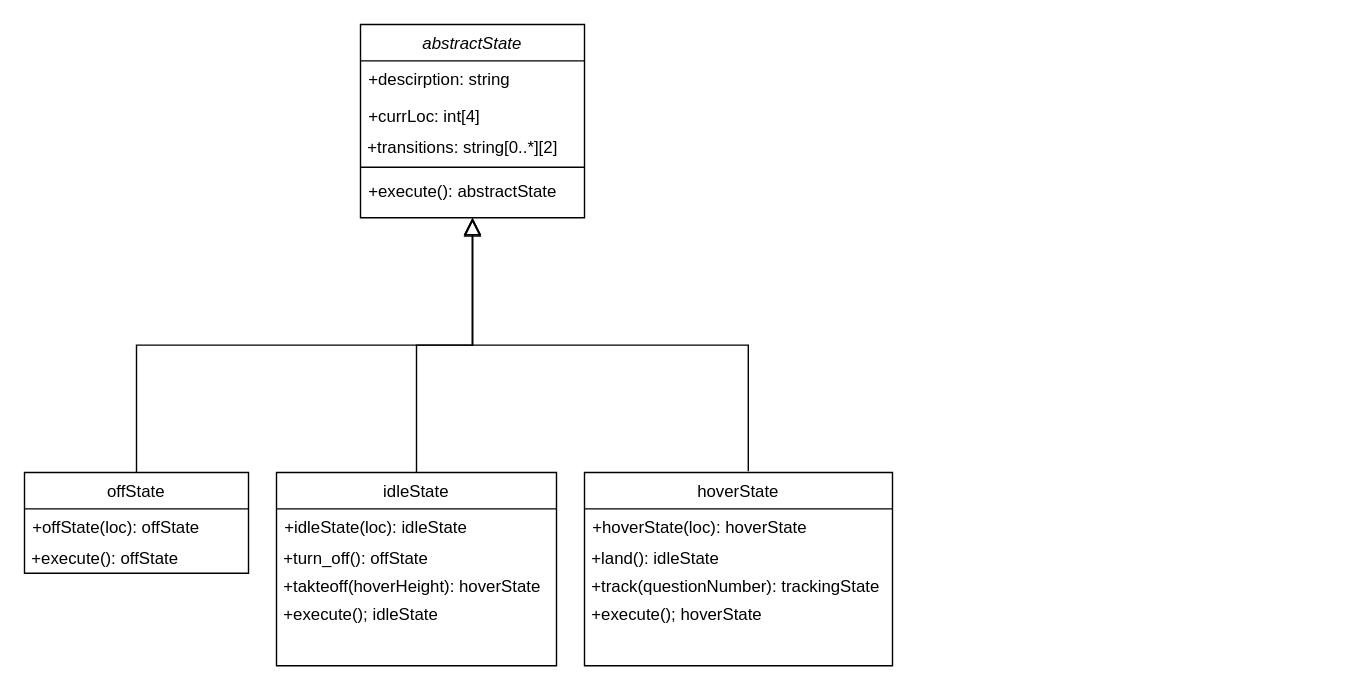
danbronzy/quadcopter_controller keeps this draw.io diagram as state_classes.drawio. Above is the earlier version. Source tidied: cells renumbered, new cells numbered last; positions are measured from the earlier drawing's top-left corner, leaving out a move shared by most shapes. Both pictures are drawn from the tidied source at 140%, with x=0, y=0 at pixel (24, 24).
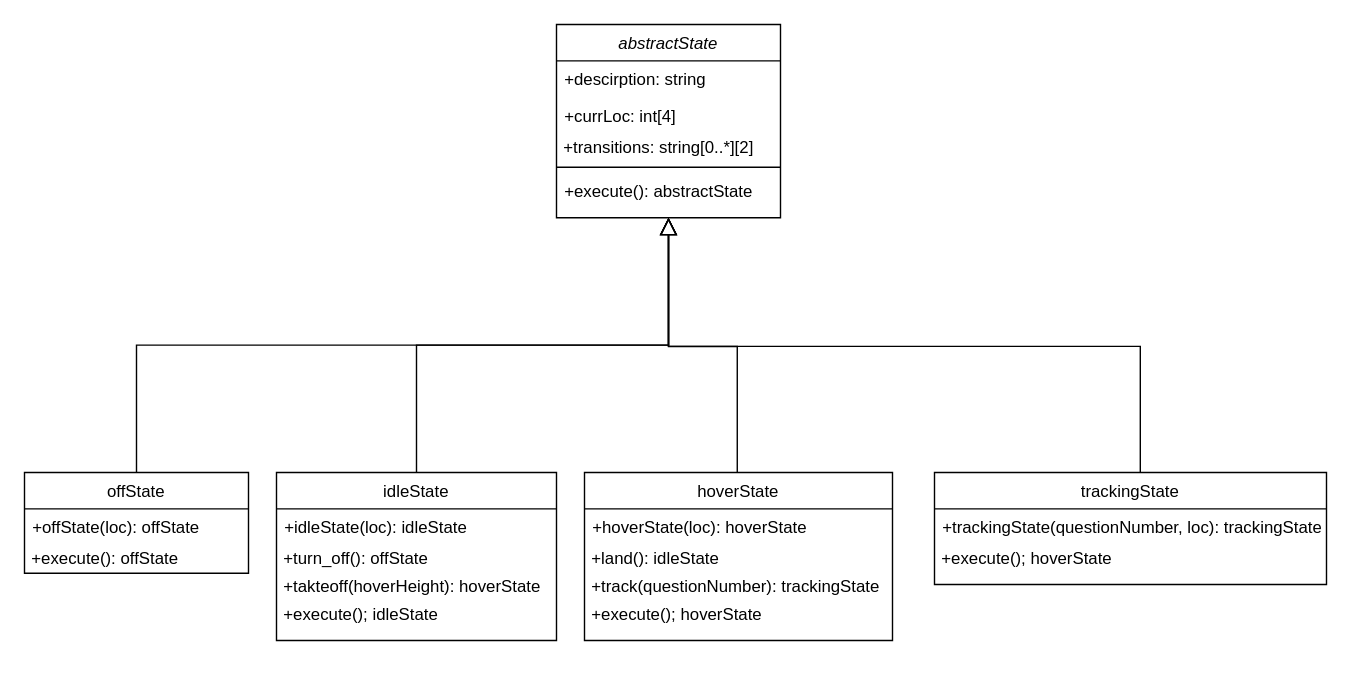
The same page after the edit.

Diff of the diagram source:
```diff
@@
     <mxCell id="2" value="abstractState" style="swimlane;fontStyle=2;align=center;verticalAlign=top;horizontal=1;startSize=26;rounded=0;shadow=0;strokeWidth=1;" parent="1" vertex="1">
-      <mxGeometry x="240" width="160" height="138" as="geometry" />
+      <mxGeometry x="380" width="160" height="138" as="geometry" />
     </mxCell>
@@
     <mxCell id="8" value="idleState" style="swimlane;fontStyle=0;align=center;verticalAlign=top;horizontal=1;startSize=26;rounded=0;shadow=0;strokeWidth=1;" parent="1" vertex="1">
-      <mxGeometry x="180" y="320" width="200" height="138" as="geometry" />
+      <mxGeometry x="180" y="320" width="200" height="120" as="geometry" />
     </mxCell>
@@
     <mxCell id="18" value="hoverState" style="swimlane;fontStyle=0;align=center;verticalAlign=top;horizontal=1;startSize=26;rounded=0;shadow=0;strokeWidth=1;" parent="1" vertex="1">
-      <mxGeometry x="400" y="320" width="220" height="138" as="geometry" />
+      <mxGeometry x="400" y="320" width="220" height="120" as="geometry" />
     </mxCell>
@@
-    <mxCell id="23" style="endArrow=block;endSize=10;endFill=0;shadow=0;strokeWidth=1;rounded=0;edgeStyle=elbowEdgeStyle;elbow=vertical;exitX=0.532;exitY=-0.014;exitDx=0;exitDy=0;exitPerimeter=0;" parent="1" edge="1">
-      <mxGeometry relative="1" as="geometry">
-        <mxPoint x="517" y="319.1" as="sourcePoint" />
-        <mxPoint x="320" y="139" as="targetPoint" />
-        <Array as="points">
-          <mxPoint x="320" y="229" />
-          <mxPoint x="400" y="229" />
-        </Array>
-      </mxGeometry>
-    </mxCell>
+    <mxCell id="24" value="trackingState" style="swimlane;fontStyle=0;align=center;verticalAlign=top;horizontal=1;startSize=26;rounded=0;shadow=0;strokeWidth=1;" parent="1" vertex="1">
+      <mxGeometry x="650" y="320" width="280" height="80" as="geometry" />
+    </mxCell>
+    <mxCell id="25" value="+trackingState(questionNumber, loc): trackingState" style="text;align=left;verticalAlign=top;spacingLeft=4;spacingRight=4;overflow=hidden;" parent="24" vertex="1">
+      <mxGeometry y="26" width="280" height="26" as="geometry" />
+    </mxCell>
+    <mxCell id="26" value="&amp;nbsp;+execute(); hoverState" style="text;html=1;align=left;verticalAlign=middle;" parent="24" vertex="1">
+      <mxGeometry y="52" width="280" height="20" as="geometry" />
+    </mxCell>
+    <mxCell id="27" style="endArrow=block;endSize=10;endFill=0;shadow=0;strokeWidth=1;rounded=0;edgeStyle=elbowEdgeStyle;elbow=vertical;exitX=0.532;exitY=-0.014;exitDx=0;exitDy=0;exitPerimeter=0;entryX=0.5;entryY=1;entryDx=0;entryDy=0;" parent="1" edge="1" target="2">
+      <mxGeometry relative="1" as="geometry">
+        <mxPoint x="797" y="320" as="sourcePoint" />
+        <Array as="points">
+          <mxPoint x="600" y="229.9" />
+          <mxPoint x="680" y="229.9" />
+        </Array>
+      </mxGeometry>
+    </mxCell>
+    <mxCell id="28" style="endArrow=block;endSize=10;endFill=0;shadow=0;strokeWidth=1;rounded=0;edgeStyle=elbowEdgeStyle;elbow=vertical;exitX=0.496;exitY=-0.002;exitDx=0;exitDy=0;exitPerimeter=0;" parent="1" edge="1" source="18">
+      <mxGeometry relative="1" as="geometry">
+        <mxPoint x="460" y="138" as="targetPoint" />
+        <Array as="points">
+          <mxPoint x="490" y="230" />
+          <mxPoint x="690" y="237.9" />
+        </Array>
+      </mxGeometry>
+    </mxCell>
```
